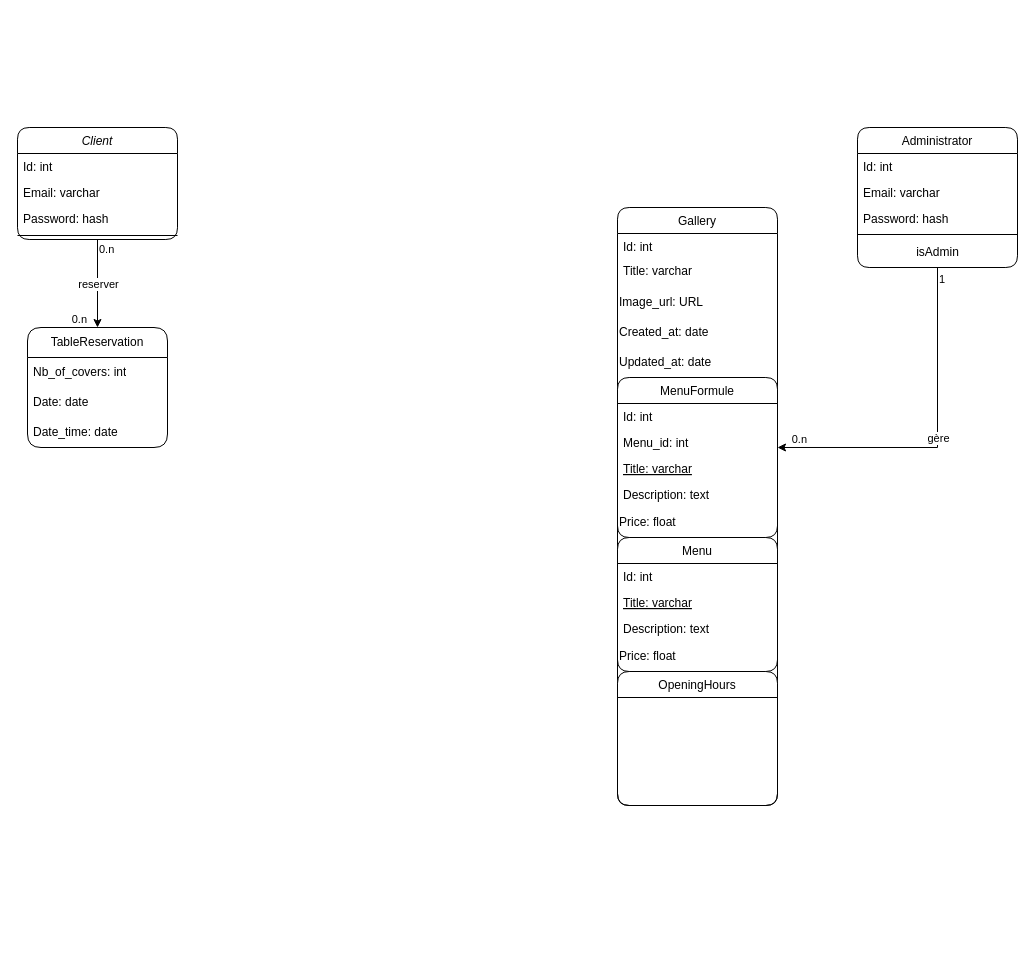
kenchan64/ECF_final keeps this draw.io diagram as Diagramme sans nom.drawio. Above is the earlier version. Source tidied: cells renumbered, new cells numbered last; positions are measured from the earlier drawing's top-left corner, leaving out a move shared by most shapes. Both pictures are drawn from the tidied source at 100%, with x=0, y=0 at pixel (17, 127).
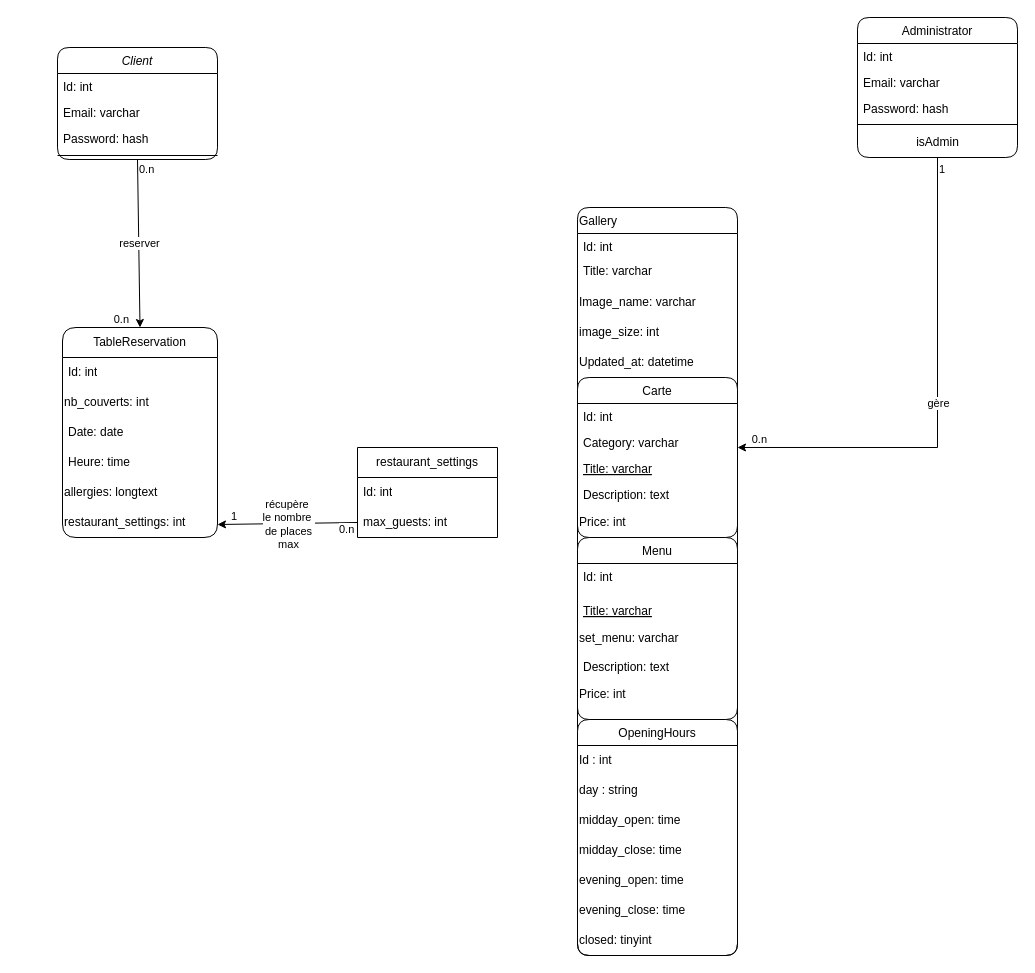
Above is the later version.

Commit message:
ECF Restaurant

Change to the diagram source:
```diff
@@
     <mxCell id="2" value="TableReservation" style="swimlane;fontStyle=0;horizontal=1;startSize=30;whiteSpace=wrap;html=1;gradientColor=none;rounded=1;" parent="1" vertex="1">
-      <mxGeometry x="10" y="200" width="140" height="120" as="geometry" />
+      <mxGeometry x="45" y="200" width="155" height="210" as="geometry" />
     </mxCell>
-    <mxCell id="3" value="Nb_of_covers: int" style="text;strokeColor=none;fillColor=none;align=left;verticalAlign=middle;spacingLeft=4;spacingRight=4;overflow=hidden;whiteSpace=wrap;html=1;" parent="2" vertex="1">
-      <mxGeometry y="30" width="140" height="30" as="geometry" />
+    <mxCell id="3" value="Id: int" style="text;strokeColor=none;fillColor=none;align=left;verticalAlign=middle;spacingLeft=4;spacingRight=4;overflow=hidden;whiteSpace=wrap;html=1;" parent="2" vertex="1">
+      <mxGeometry y="30" width="155" height="30" as="geometry" />
     </mxCell>
+    <mxCell id="43" value="nb_couverts: int" style="text;html=1;align=left;verticalAlign=middle;strokeColor=none;fillColor=none;" parent="2" vertex="1">
+      <mxGeometry y="60" width="155" height="30" as="geometry" />
+    </mxCell>
     <mxCell id="4" value="Date: date" style="text;strokeColor=none;fillColor=none;align=left;verticalAlign=middle;spacingLeft=4;spacingRight=4;overflow=hidden;whiteSpace=wrap;html=1;" parent="2" vertex="1">
-      <mxGeometry y="60" width="140" height="30" as="geometry" />
+      <mxGeometry y="90" width="155" height="30" as="geometry" />
     </mxCell>
-    <mxCell id="5" value="Date_time: date" style="text;strokeColor=none;fillColor=none;align=left;verticalAlign=middle;spacingLeft=4;spacingRight=4;overflow=hidden;whiteSpace=wrap;html=1;" parent="2" vertex="1">
-      <mxGeometry y="90" width="140" height="30" as="geometry" />
+    <mxCell id="5" value="Heure: time" style="text;strokeColor=none;fillColor=none;align=left;verticalAlign=middle;spacingLeft=4;spacingRight=4;overflow=hidden;whiteSpace=wrap;html=1;" parent="2" vertex="1">
+      <mxGeometry y="120" width="155" height="30" as="geometry" />
     </mxCell>
+    <mxCell id="44" value="allergies: longtext" style="text;html=1;align=left;verticalAlign=middle;strokeColor=none;fillColor=none;" parent="2" vertex="1">
+      <mxGeometry y="150" width="155" height="30" as="geometry" />
+    </mxCell>
+    <mxCell id="45" value="restaurant_settings: int" style="text;html=1;align=left;verticalAlign=middle;points=[];strokeColor=none;fillColor=none;" parent="2" vertex="1">
+      <mxGeometry y="180" width="155" height="30" as="geometry" />
+    </mxCell>
     <mxCell id="6" value="Client" style="swimlane;fontStyle=2;align=center;verticalAlign=top;horizontal=1;startSize=26;rounded=1;shadow=0;strokeWidth=1;" parent="1" vertex="1">
-      <mxGeometry width="160" height="112" as="geometry" />
+      <mxGeometry x="40" y="-80" width="160" height="112" as="geometry" />
     </mxCell>
@@
-    <mxCell id="11" value="Gallery" style="swimlane;fontStyle=0;align=center;verticalAlign=top;horizontal=1;startSize=26;rounded=1;shadow=0;strokeWidth=1;" parent="1" vertex="1">
-      <mxGeometry x="600" y="80" width="160" height="598" as="geometry" />
+    <mxCell id="11" value="Gallery" style="swimlane;fontStyle=0;align=left;verticalAlign=top;horizontal=1;startSize=26;rounded=1;shadow=0;strokeWidth=1;" parent="1" vertex="1">
+      <mxGeometry x="560" y="80" width="160" height="748" as="geometry" />
     </mxCell>
@@
-    <mxCell id="14" value="Image_url: URL" style="text;html=1;align=left;verticalAlign=middle;strokeColor=none;fillColor=none;" parent="11" vertex="1">
+    <mxCell id="14" value="Image_name: varchar" style="text;html=1;align=left;verticalAlign=middle;strokeColor=none;fillColor=none;" parent="11" vertex="1">
       <mxGeometry y="80" width="160" height="30" as="geometry" />
     </mxCell>
-    <mxCell id="15" value="Created_at: date" style="text;html=1;align=left;verticalAlign=middle;strokeColor=none;fillColor=none;" parent="11" vertex="1">
+    <mxCell id="15" value="image_size: int" style="text;html=1;align=left;verticalAlign=middle;strokeColor=none;fillColor=none;" parent="11" vertex="1">
       <mxGeometry y="110" width="160" height="30" as="geometry" />
     </mxCell>
-    <mxCell id="16" value="Updated_at: date" style="text;html=1;align=left;verticalAlign=middle;strokeColor=none;fillColor=none;" parent="11" vertex="1">
+    <mxCell id="16" value="Updated_at: datetime" style="text;html=1;align=left;verticalAlign=middle;strokeColor=none;fillColor=none;" parent="11" vertex="1">
       <mxGeometry y="140" width="160" height="30" as="geometry" />
     </mxCell>
-    <mxCell id="17" value="MenuFormule" style="swimlane;fontStyle=0;align=center;verticalAlign=top;horizontal=1;startSize=26;rounded=1;shadow=0;strokeWidth=1;" parent="11" vertex="1">
+    <mxCell id="17" value="Carte" style="swimlane;fontStyle=0;align=center;verticalAlign=top;horizontal=1;startSize=26;rounded=1;shadow=0;strokeWidth=1;" parent="11" vertex="1">
       <mxGeometry y="170" width="160" height="160" as="geometry" />
     </mxCell>
@@
-    <mxCell id="19" value="Menu_id: int" style="text;align=left;verticalAlign=top;spacingLeft=4;spacingRight=4;overflow=hidden;points=[[0,0.5],[1,0.5]];portConstraint=eastwest;rounded=1;shadow=0;html=0;" parent="17" vertex="1">
+    <mxCell id="19" value="Category: varchar" style="text;align=left;verticalAlign=top;spacingLeft=4;spacingRight=4;overflow=hidden;points=[[0,0.5],[1,0.5]];portConstraint=eastwest;rounded=1;shadow=0;html=0;" parent="17" vertex="1">
       <mxGeometry y="52" width="160" height="26" as="geometry" />
     </mxCell>
@@
-    <mxCell id="22" value="Price: float" style="text;html=1;align=left;verticalAlign=middle;strokeColor=none;fillColor=none;" parent="17" vertex="1">
+    <mxCell id="22" value="Price: int" style="text;html=1;align=left;verticalAlign=middle;strokeColor=none;fillColor=none;" parent="17" vertex="1">
       <mxGeometry y="130" width="160" height="30" as="geometry" />
     </mxCell>
     <mxCell id="23" value="Menu" style="swimlane;fontStyle=0;align=center;verticalAlign=top;horizontal=1;startSize=26;rounded=1;shadow=0;strokeWidth=1;" parent="11" vertex="1">
-      <mxGeometry y="330" width="160" height="134" as="geometry" />
+      <mxGeometry y="330" width="160" height="182" as="geometry" />
     </mxCell>
     <mxCell id="24" value="Id: int" style="text;align=left;verticalAlign=top;spacingLeft=4;spacingRight=4;overflow=hidden;rounded=1;" parent="23" vertex="1">
-      <mxGeometry y="26" width="160" height="26" as="geometry" />
+      <mxGeometry y="26" width="160" height="34" as="geometry" />
     </mxCell>
     <mxCell id="25" value="Title: varchar" style="text;align=left;verticalAlign=top;spacingLeft=4;spacingRight=4;overflow=hidden;fontStyle=4;rounded=1;" parent="23" vertex="1">
-      <mxGeometry y="52" width="160" height="26" as="geometry" />
+      <mxGeometry y="60" width="160" height="26" as="geometry" />
     </mxCell>
+    <mxCell id="46" value="set_menu: varchar" style="text;html=1;align=left;verticalAlign=middle;strokeColor=none;fillColor=none;" parent="23" vertex="1">
+      <mxGeometry y="86" width="160" height="30" as="geometry" />
+    </mxCell>
     <mxCell id="26" value="Description: text" style="text;align=left;verticalAlign=top;spacingLeft=4;spacingRight=4;overflow=hidden;rounded=1;" parent="23" vertex="1">
-      <mxGeometry y="78" width="160" height="26" as="geometry" />
+      <mxGeometry y="116" width="160" height="26" as="geometry" />
     </mxCell>
-    <mxCell id="27" value="Price: float" style="text;html=1;align=left;verticalAlign=middle;strokeColor=none;fillColor=none;" parent="23" vertex="1">
-      <mxGeometry y="104" width="160" height="30" as="geometry" />
+    <mxCell id="27" value="Price: int" style="text;html=1;align=left;verticalAlign=middle;strokeColor=none;fillColor=none;" parent="23" vertex="1">
+      <mxGeometry y="142" width="160" height="30" as="geometry" />
     </mxCell>
     <mxCell id="28" value="OpeningHours" style="swimlane;fontStyle=0;align=center;verticalAlign=top;horizontal=1;startSize=26;rounded=1;shadow=0;strokeWidth=1;" parent="11" vertex="1">
-      <mxGeometry y="464" width="160" height="134" as="geometry" />
+      <mxGeometry y="512" width="160" height="236" as="geometry" />
     </mxCell>
+    <mxCell id="47" value="Id : int" style="text;html=1;align=left;verticalAlign=middle;strokeColor=none;fillColor=none;" parent="28" vertex="1">
+      <mxGeometry y="26" width="160" height="30" as="geometry" />
+    </mxCell>
+    <mxCell id="48" value="day : string" style="text;html=1;align=left;verticalAlign=middle;strokeColor=none;fillColor=none;" parent="28" vertex="1">
+      <mxGeometry y="56" width="160" height="30" as="geometry" />
+    </mxCell>
+    <mxCell id="49" value="midday_open: time" style="text;html=1;align=left;verticalAlign=middle;strokeColor=none;fillColor=none;" parent="28" vertex="1">
+      <mxGeometry y="86" width="160" height="30" as="geometry" />
+    </mxCell>
+    <mxCell id="50" value="midday_close: time" style="text;html=1;align=left;verticalAlign=middle;strokeColor=none;fillColor=none;" parent="28" vertex="1">
+      <mxGeometry y="116" width="160" height="30" as="geometry" />
+    </mxCell>
+    <mxCell id="51" value="evening_open: time" style="text;html=1;align=left;verticalAlign=middle;strokeColor=none;fillColor=none;" parent="28" vertex="1">
+      <mxGeometry y="146" width="160" height="30" as="geometry" />
+    </mxCell>
+    <mxCell id="52" value="evening_close: time" style="text;html=1;align=left;verticalAlign=middle;strokeColor=none;fillColor=none;" parent="28" vertex="1">
+      <mxGeometry y="176" width="160" height="30" as="geometry" />
+    </mxCell>
+    <mxCell id="53" value="closed: tinyint" style="text;html=1;align=left;verticalAlign=middle;strokeColor=none;fillColor=none;" parent="28" vertex="1">
+      <mxGeometry y="206" width="160" height="30" as="geometry" />
+    </mxCell>
     <mxCell id="29" value="Administrator" style="swimlane;fontStyle=0;align=center;verticalAlign=top;horizontal=1;startSize=26;rounded=1;shadow=0;strokeWidth=1;" parent="1" vertex="1">
-      <mxGeometry x="840" width="160" height="140" as="geometry" />
+      <mxGeometry x="840" y="-110" width="160" height="140" as="geometry" />
     </mxCell>
@@
+    <mxCell id="54" value="restaurant_settings" style="swimlane;fontStyle=0;horizontal=1;startSize=30;whiteSpace=wrap;html=1;" parent="1" vertex="1">
+      <mxGeometry x="340" y="320" width="140" height="90" as="geometry" />
+    </mxCell>
+    <mxCell id="55" value="Id: int" style="text;strokeColor=none;fillColor=none;align=left;verticalAlign=middle;spacingLeft=4;spacingRight=4;overflow=hidden;whiteSpace=wrap;html=1;" parent="54" vertex="1">
+      <mxGeometry y="30" width="140" height="30" as="geometry" />
+    </mxCell>
+    <mxCell id="56" value="max_guests: int" style="text;strokeColor=none;fillColor=none;align=left;verticalAlign=middle;spacingLeft=4;spacingRight=4;overflow=hidden;points=[[0,0.5],[1,0.5]];portConstraint=eastwest;whiteSpace=wrap;html=1;" parent="54" vertex="1">
+      <mxGeometry y="60" width="140" height="30" as="geometry" />
+    </mxCell>
+    <mxCell id="57" style="endArrow=classic;html=1;rounded=0;exitX=0;exitY=0.5;exitDx=0;exitDy=0;entryX=1;entryY=0.567;entryDx=0;entryDy=0;entryPerimeter=0;" parent="1" edge="1" source="56" target="45">
+      <mxGeometry relative="1" as="geometry" />
+    </mxCell>
+    <mxCell id="58" value="récupère&amp;nbsp;&lt;br&gt;le nombre&amp;nbsp;&lt;br&gt;de places&lt;br&gt;max" style="edgeLabel;html=1;align=center;verticalAlign=middle;" parent="57" vertex="1">
+      <mxGeometry relative="1" as="geometry" />
+    </mxCell>
+    <mxCell id="59" value="0.n" style="edgeLabel;html=1;align=left;verticalAlign=bottom;" parent="57" vertex="1">
+      <mxGeometry x="-1" relative="1" as="geometry">
+        <mxPoint x="-20" y="15" as="offset" />
+      </mxGeometry>
+    </mxCell>
+    <mxCell id="60" value="1" style="edgeLabel;html=1;align=right;verticalAlign=bottom;" parent="57" vertex="1">
+      <mxGeometry x="1" relative="1" as="geometry">
+        <mxPoint x="20" as="offset" />
+      </mxGeometry>
+    </mxCell>
```
